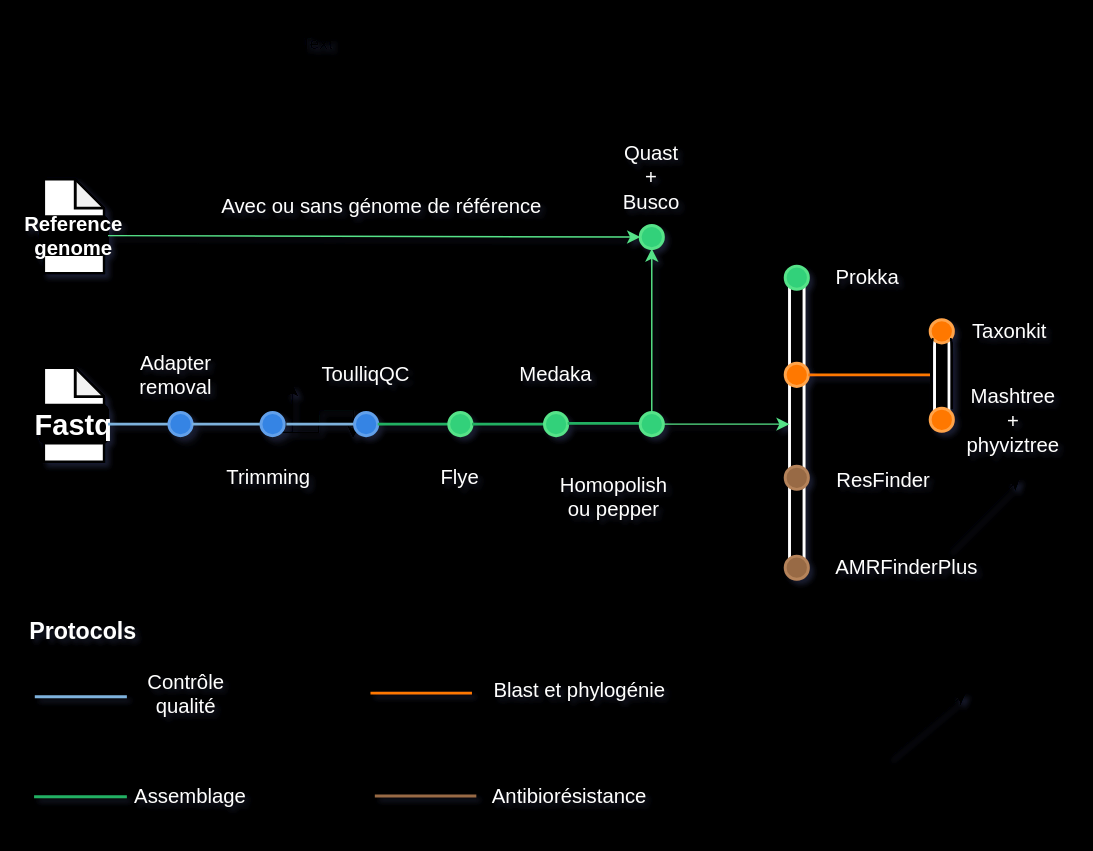
The draw.io diagram Test_pipeline.drawio in Matth-Cbn/mkdocs_tutoriel_stage, before the edit. Source tidied: cells renumbered, new cells numbered last; positions are measured from the earlier drawing's top-left corner, leaving out a move shared by most shapes. Both pictures are drawn from the tidied source at 145%, with x=0, y=0 at pixel (33, 25).
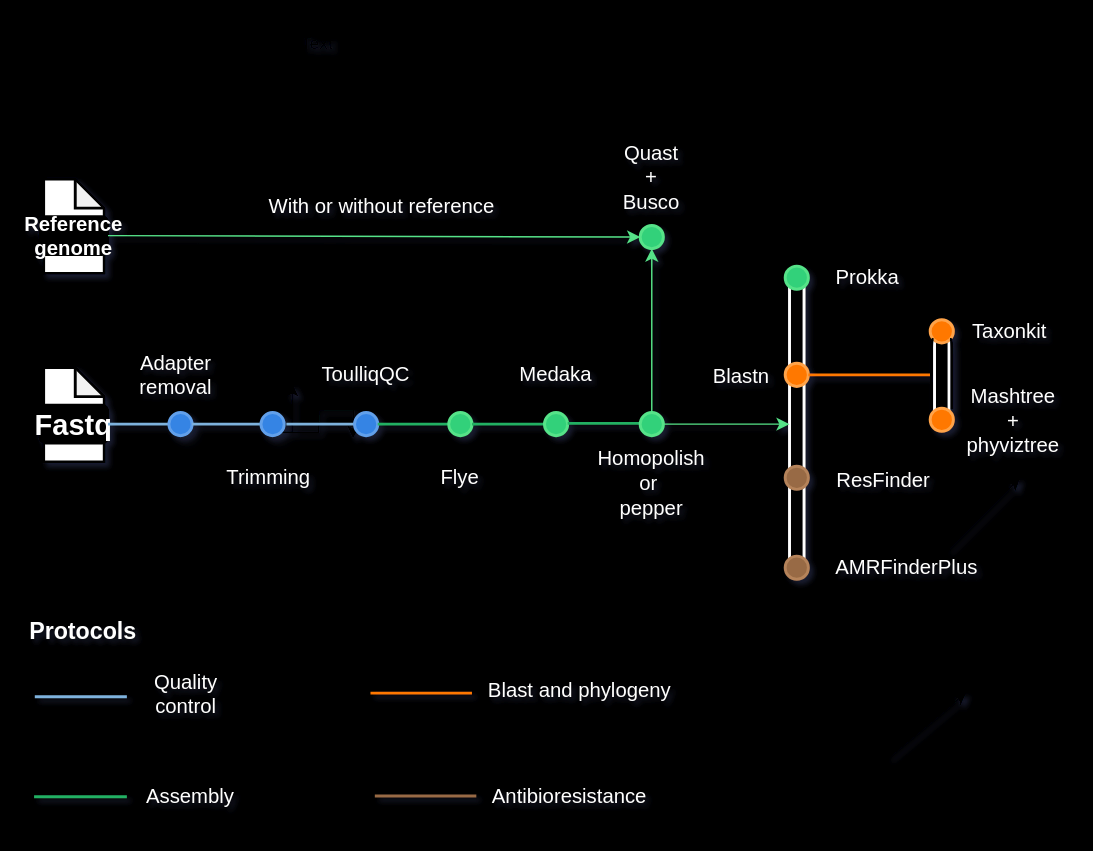
Above is the later version.

Commit message:
Mettre à jour Test_pipeline.drawio

What changed in the source:
```diff
@@
-    <mxCell id="28" value="&lt;div&gt;&lt;font style=&quot;font-size: 14px;&quot; color=&quot;#ffffff&quot;&gt;Homopolish ou pepper&lt;/font&gt;&lt;/div&gt;" style="text;strokeColor=none;align=center;fillColor=none;html=1;verticalAlign=middle;whiteSpace=wrap;rounded=0;" parent="1" vertex="1">
-      <mxGeometry x="370" y="310" width="60" height="30" as="geometry" />
+    <mxCell id="28" value="&lt;div&gt;&lt;font style=&quot;font-size: 14px;&quot; color=&quot;#ffffff&quot;&gt;Homopolish or&amp;nbsp;&lt;/font&gt;&lt;/div&gt;&lt;div&gt;&lt;font style=&quot;font-size: 14px;&quot; color=&quot;#ffffff&quot;&gt;pepper&lt;/font&gt;&lt;/div&gt;" style="text;strokeColor=none;align=center;fillColor=none;html=1;verticalAlign=middle;whiteSpace=wrap;rounded=0;" parent="1" vertex="1">
+      <mxGeometry x="396" y="301" width="60" height="30" as="geometry" />
     </mxCell>
@@
-    <mxCell id="34" value="&lt;font style=&quot;font-size: 14px;&quot; color=&quot;#ffffff&quot;&gt;Avec ou sans génome de référence&lt;br&gt;&lt;/font&gt;" style="text;strokeColor=none;align=center;fillColor=none;html=1;verticalAlign=middle;whiteSpace=wrap;rounded=0;" parent="1" vertex="1">
+    <mxCell id="34" value="&lt;font color=&quot;#ffffff&quot; style=&quot;font-size: 14px;&quot;&gt;With or without reference&lt;br&gt;&lt;/font&gt;" style="text;strokeColor=none;align=center;fillColor=none;html=1;verticalAlign=middle;whiteSpace=wrap;rounded=0;" parent="1" vertex="1">
       <mxGeometry x="112" y="110" width="256" height="30" as="geometry" />
     </mxCell>
@@
-    <mxCell id="57" value="&lt;font style=&quot;font-size: 14px;&quot; color=&quot;#ffffff&quot;&gt;Contrôle qualité&lt;br&gt;&lt;/font&gt;" style="text;strokeColor=none;align=center;fillColor=none;html=1;verticalAlign=middle;whiteSpace=wrap;rounded=0;" parent="1" vertex="1">
+    <mxCell id="57" value="&lt;font color=&quot;#ffffff&quot; style=&quot;font-size: 14px;&quot;&gt;Quality control&lt;br&gt;&lt;/font&gt;" style="text;strokeColor=none;align=center;fillColor=none;html=1;verticalAlign=middle;whiteSpace=wrap;rounded=0;" parent="1" vertex="1">
       <mxGeometry x="75" y="446" width="60" height="30" as="geometry" />
     </mxCell>
-    <mxCell id="58" value="&lt;font style=&quot;font-size: 14px;&quot; color=&quot;#ffffff&quot;&gt;Assemblage&lt;/font&gt;" style="text;strokeColor=none;align=center;fillColor=none;html=1;verticalAlign=middle;whiteSpace=wrap;rounded=0;" parent="1" vertex="1">
+    <mxCell id="58" value="&lt;font style=&quot;font-size: 14px;&quot; color=&quot;#ffffff&quot;&gt;Assembly&lt;/font&gt;" style="text;strokeColor=none;align=center;fillColor=none;html=1;verticalAlign=middle;whiteSpace=wrap;rounded=0;" parent="1" vertex="1">
       <mxGeometry x="78" y="517" width="60" height="30" as="geometry" />
     </mxCell>
-    <mxCell id="59" value="&lt;font style=&quot;font-size: 14px;&quot; color=&quot;#ffffff&quot;&gt;Blast et phylogénie&lt;br&gt;&lt;/font&gt;" style="text;strokeColor=none;align=center;fillColor=none;html=1;verticalAlign=middle;whiteSpace=wrap;rounded=0;" parent="1" vertex="1">
+    <mxCell id="59" value="&lt;font style=&quot;font-size: 14px;&quot; color=&quot;#ffffff&quot;&gt;Blast and phylogeny&lt;br&gt;&lt;/font&gt;" style="text;strokeColor=none;align=center;fillColor=none;html=1;verticalAlign=middle;whiteSpace=wrap;rounded=0;" parent="1" vertex="1">
       <mxGeometry x="310" y="444" width="133" height="30" as="geometry" />
     </mxCell>
-    <mxCell id="60" value="&lt;font style=&quot;font-size: 14px;&quot; color=&quot;#ffffff&quot;&gt;Antibiorésistance&lt;/font&gt;" style="text;strokeColor=none;align=center;fillColor=none;html=1;verticalAlign=middle;whiteSpace=wrap;rounded=0;" parent="1" vertex="1">
+    <mxCell id="60" value="&lt;font style=&quot;font-size: 14px;&quot; color=&quot;#ffffff&quot;&gt;Antibioresistance&lt;/font&gt;" style="text;strokeColor=none;align=center;fillColor=none;html=1;verticalAlign=middle;whiteSpace=wrap;rounded=0;" parent="1" vertex="1">
       <mxGeometry x="303" y="517" width="133" height="30" as="geometry" />
     </mxCell>
@@
+    <mxCell id="66" value="&lt;font style=&quot;font-size: 14px;&quot; color=&quot;#ffffff&quot;&gt;Blastn&lt;/font&gt;" style="text;strokeColor=none;align=center;fillColor=none;html=1;verticalAlign=middle;whiteSpace=wrap;rounded=0;" parent="1" vertex="1">
+      <mxGeometry x="458" y="227" width="60" height="30" as="geometry" />
+    </mxCell>
```
